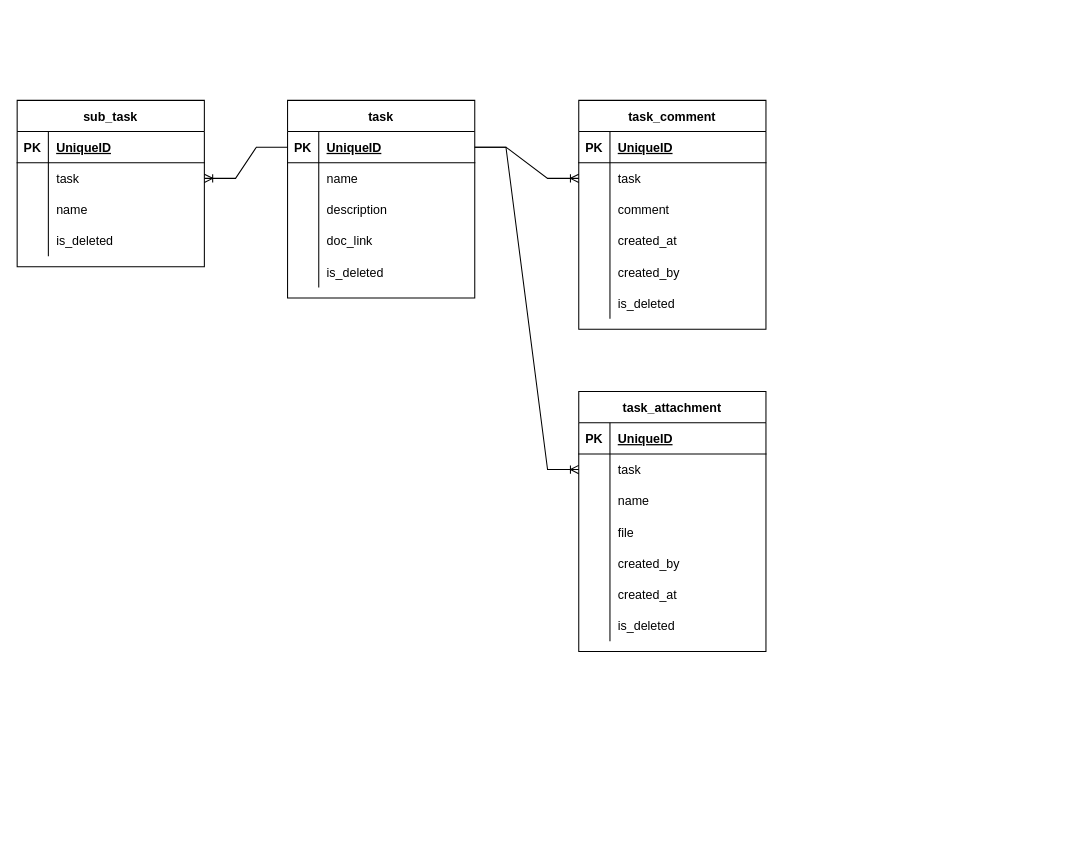
Earlier version of the draw.io diagram docs/ER.drawio (effective-solutions-xyz/daily-update). Source tidied: cells renumbered, new cells numbered last; positions are measured from the earlier drawing's top-left corner, leaving out a move shared by most shapes. Both pictures are drawn from the tidied source at 104%, with x=0, y=0 at pixel (17, 100).
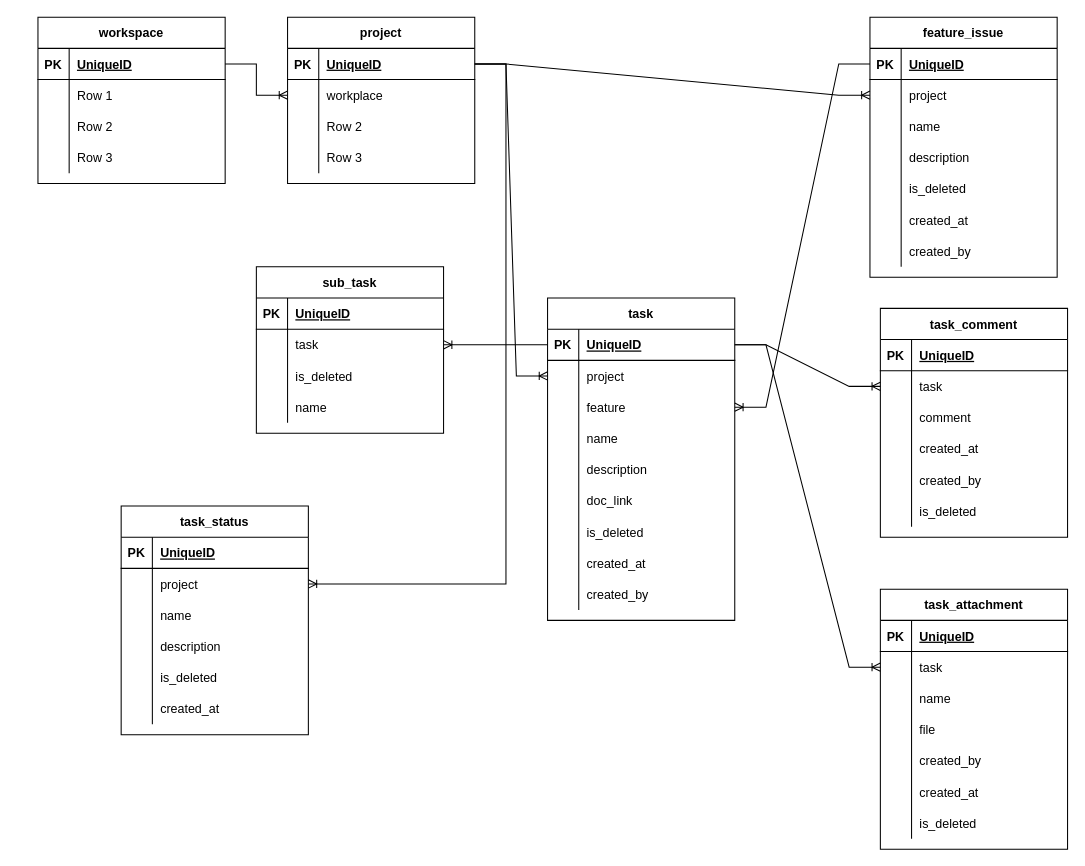
The same page after the edit.

The edit, as a diff of the source:
```diff
@@
     <mxCell id="2" value="task" style="shape=table;startSize=30;childLayout=tableLayout;rowLines=0;fontStyle=1;align=center;" parent="1" vertex="1">
-      <mxGeometry x="260" width="180" height="190" as="geometry" />
+      <mxGeometry x="510" y="190" width="180" height="310" as="geometry" />
     </mxCell>
@@
+    <mxCell id="75" style="shape=partialRectangle;fillColor=none;top=0;left=0;bottom=0;right=0;points=[[0,0.5],[1,0.5]];portConstraint=eastwest;" parent="2" vertex="1">
+      <mxGeometry y="60" width="180" height="30" as="geometry" />
+    </mxCell>
+    <mxCell id="76" style="shape=partialRectangle;fillColor=none;top=0;left=0;bottom=0;right=0;overflow=hidden;" parent="75" vertex="1">
+      <mxGeometry width="30" height="30" as="geometry" />
+    </mxCell>
+    <mxCell id="77" value="project" style="shape=partialRectangle;fillColor=none;top=0;left=0;bottom=0;right=0;align=left;spacingLeft=6;overflow=hidden;" parent="75" vertex="1">
+      <mxGeometry x="30" width="150" height="30" as="geometry" />
+    </mxCell>
+    <mxCell id="78" style="shape=partialRectangle;fillColor=none;top=0;left=0;bottom=0;right=0;points=[[0,0.5],[1,0.5]];portConstraint=eastwest;" parent="2" vertex="1">
+      <mxGeometry y="90" width="180" height="30" as="geometry" />
+    </mxCell>
+    <mxCell id="79" style="shape=partialRectangle;fillColor=none;top=0;left=0;bottom=0;right=0;overflow=hidden;" parent="78" vertex="1">
+      <mxGeometry width="30" height="30" as="geometry" />
+    </mxCell>
+    <mxCell id="80" value="feature" style="shape=partialRectangle;fillColor=none;top=0;left=0;bottom=0;right=0;align=left;spacingLeft=6;overflow=hidden;" parent="78" vertex="1">
+      <mxGeometry x="30" width="150" height="30" as="geometry" />
+    </mxCell>
     <mxCell id="6" style="shape=partialRectangle;fillColor=none;top=0;left=0;bottom=0;right=0;" parent="2" vertex="1">
-      <mxGeometry y="60" width="180" height="30" as="geometry" />
+      <mxGeometry y="120" width="180" height="30" as="geometry" />
     </mxCell>
@@
     <mxCell id="9" style="shape=partialRectangle;fillColor=none;top=0;left=0;bottom=0;right=0;" parent="2" vertex="1">
-      <mxGeometry y="90" width="180" height="30" as="geometry" />
+      <mxGeometry y="150" width="180" height="30" as="geometry" />
     </mxCell>
@@
     <mxCell id="12" style="shape=partialRectangle;fillColor=none;top=0;left=0;bottom=0;right=0;" parent="2" vertex="1">
-      <mxGeometry y="120" width="180" height="30" as="geometry" />
+      <mxGeometry y="180" width="180" height="30" as="geometry" />
     </mxCell>
@@
     <mxCell id="15" style="shape=partialRectangle;fillColor=none;top=0;left=0;bottom=0;right=0;" parent="2" vertex="1">
-      <mxGeometry y="150" width="180" height="30" as="geometry" />
+      <mxGeometry y="210" width="180" height="30" as="geometry" />
     </mxCell>
@@
+    <mxCell id="81" style="shape=partialRectangle;fillColor=none;top=0;left=0;bottom=0;right=0;" parent="2" vertex="1">
+      <mxGeometry y="240" width="180" height="30" as="geometry" />
+    </mxCell>
+    <mxCell id="82" style="shape=partialRectangle;fillColor=none;top=0;left=0;bottom=0;right=0;overflow=hidden;" parent="81" vertex="1">
+      <mxGeometry width="30" height="30" as="geometry" />
+    </mxCell>
+    <mxCell id="83" value="created_at" style="shape=partialRectangle;fillColor=none;top=0;left=0;bottom=0;right=0;align=left;spacingLeft=6;overflow=hidden;" parent="81" vertex="1">
+      <mxGeometry x="30" width="150" height="30" as="geometry" />
+    </mxCell>
+    <mxCell id="84" style="shape=partialRectangle;fillColor=none;top=0;left=0;bottom=0;right=0;" parent="2" vertex="1">
+      <mxGeometry y="270" width="180" height="30" as="geometry" />
+    </mxCell>
+    <mxCell id="85" style="shape=partialRectangle;fillColor=none;top=0;left=0;bottom=0;right=0;overflow=hidden;" parent="84" vertex="1">
+      <mxGeometry width="30" height="30" as="geometry" />
+    </mxCell>
+    <mxCell id="86" value="created_by" style="shape=partialRectangle;fillColor=none;top=0;left=0;bottom=0;right=0;align=left;spacingLeft=6;overflow=hidden;" parent="84" vertex="1">
+      <mxGeometry x="30" width="150" height="30" as="geometry" />
+    </mxCell>
     <mxCell id="18" value="sub_task" style="shape=table;startSize=30;childLayout=tableLayout;rowLines=0;fontStyle=1;align=center;" parent="1" vertex="1">
-      <mxGeometry width="180" height="160" as="geometry" />
+      <mxGeometry x="230" y="160" width="180" height="160" as="geometry" />
     </mxCell>
@@
+    <mxCell id="28" style="shape=partialRectangle;fillColor=none;top=0;left=0;bottom=0;right=0;" parent="18" vertex="1">
+      <mxGeometry y="90" width="180" height="30" as="geometry" />
+    </mxCell>
+    <mxCell id="29" style="shape=partialRectangle;fillColor=none;top=0;left=0;bottom=0;right=0;overflow=hidden;" parent="28" vertex="1">
+      <mxGeometry width="30" height="30" as="geometry" />
+    </mxCell>
+    <mxCell id="30" value="is_deleted" style="shape=partialRectangle;fillColor=none;top=0;left=0;bottom=0;right=0;align=left;spacingLeft=6;overflow=hidden;" parent="28" vertex="1">
+      <mxGeometry x="30" width="150" height="30" as="geometry" />
+    </mxCell>
     <mxCell id="25" style="shape=partialRectangle;fillColor=none;top=0;left=0;bottom=0;right=0;" parent="18" vertex="1">
-      <mxGeometry y="90" width="180" height="30" as="geometry" />
+      <mxGeometry y="120" width="180" height="30" as="geometry" />
     </mxCell>
@@
-    <mxCell id="28" style="shape=partialRectangle;fillColor=none;top=0;left=0;bottom=0;right=0;" parent="18" vertex="1">
-      <mxGeometry y="120" width="180" height="30" as="geometry" />
-    </mxCell>
-    <mxCell id="29" style="shape=partialRectangle;fillColor=none;top=0;left=0;bottom=0;right=0;overflow=hidden;" parent="28" vertex="1">
-      <mxGeometry width="30" height="30" as="geometry" />
-    </mxCell>
-    <mxCell id="30" value="is_deleted" style="shape=partialRectangle;fillColor=none;top=0;left=0;bottom=0;right=0;align=left;spacingLeft=6;overflow=hidden;" parent="28" vertex="1">
-      <mxGeometry x="30" width="150" height="30" as="geometry" />
-    </mxCell>
@@
     <mxCell id="32" value="task_comment" style="shape=table;startSize=30;childLayout=tableLayout;rowLines=0;fontStyle=1;align=center;" parent="1" vertex="1">
-      <mxGeometry x="540" width="180" height="220" as="geometry" />
+      <mxGeometry x="830" y="200" width="180" height="220" as="geometry" />
     </mxCell>
@@
     <mxCell id="52" value="task_attachment" style="shape=table;startSize=30;childLayout=tableLayout;rowLines=0;fontStyle=1;align=center;" parent="1" vertex="1">
-      <mxGeometry x="540" y="280" width="180" height="250" as="geometry" />
+      <mxGeometry x="830" y="470" width="180" height="250" as="geometry" />
     </mxCell>
@@
+    <mxCell id="87" value="feature_issue" style="shape=table;startSize=30;childLayout=tableLayout;rowLines=0;fontStyle=1;align=center;" parent="1" vertex="1">
+      <mxGeometry x="820" y="-80" width="180" height="250" as="geometry" />
+    </mxCell>
+    <mxCell id="88" style="shape=partialRectangle;fillColor=none;top=0;left=0;bottom=1;right=0;points=[[0,0.5],[1,0.5]];portConstraint=eastwest;" parent="87" vertex="1">
+      <mxGeometry y="30" width="180" height="30" as="geometry" />
+    </mxCell>
+    <mxCell id="89" value="PK" style="shape=partialRectangle;fillColor=none;top=0;left=0;bottom=0;right=0;fontStyle=1;overflow=hidden;" parent="88" vertex="1">
+      <mxGeometry width="30" height="30" as="geometry" />
+    </mxCell>
+    <mxCell id="90" value="UniqueID" style="shape=partialRectangle;fillColor=none;top=0;left=0;bottom=0;right=0;align=left;spacingLeft=6;fontStyle=5;overflow=hidden;" parent="88" vertex="1">
+      <mxGeometry x="30" width="150" height="30" as="geometry" />
+    </mxCell>
+    <mxCell id="91" style="shape=partialRectangle;fillColor=none;top=0;left=0;bottom=0;right=0;points=[[0,0.5],[1,0.5]];portConstraint=eastwest;" parent="87" vertex="1">
+      <mxGeometry y="60" width="180" height="30" as="geometry" />
+    </mxCell>
+    <mxCell id="92" style="shape=partialRectangle;fillColor=none;top=0;left=0;bottom=0;right=0;overflow=hidden;" parent="91" vertex="1">
+      <mxGeometry width="30" height="30" as="geometry" />
+    </mxCell>
+    <mxCell id="93" value="project" style="shape=partialRectangle;fillColor=none;top=0;left=0;bottom=0;right=0;align=left;spacingLeft=6;overflow=hidden;" parent="91" vertex="1">
+      <mxGeometry x="30" width="150" height="30" as="geometry" />
+    </mxCell>
+    <mxCell id="94" style="shape=partialRectangle;fillColor=none;top=0;left=0;bottom=0;right=0;" parent="87" vertex="1">
+      <mxGeometry y="90" width="180" height="30" as="geometry" />
+    </mxCell>
+    <mxCell id="95" style="shape=partialRectangle;fillColor=none;top=0;left=0;bottom=0;right=0;overflow=hidden;" parent="94" vertex="1">
+      <mxGeometry width="30" height="30" as="geometry" />
+    </mxCell>
+    <mxCell id="96" value="name" style="shape=partialRectangle;fillColor=none;top=0;left=0;bottom=0;right=0;align=left;spacingLeft=6;overflow=hidden;" parent="94" vertex="1">
+      <mxGeometry x="30" width="150" height="30" as="geometry" />
+    </mxCell>
+    <mxCell id="97" style="shape=partialRectangle;fillColor=none;top=0;left=0;bottom=0;right=0;" parent="87" vertex="1">
+      <mxGeometry y="120" width="180" height="30" as="geometry" />
+    </mxCell>
+    <mxCell id="98" style="shape=partialRectangle;fillColor=none;top=0;left=0;bottom=0;right=0;overflow=hidden;" parent="97" vertex="1">
+      <mxGeometry width="30" height="30" as="geometry" />
+    </mxCell>
+    <mxCell id="99" value="description" style="shape=partialRectangle;fillColor=none;top=0;left=0;bottom=0;right=0;align=left;spacingLeft=6;overflow=hidden;" parent="97" vertex="1">
+      <mxGeometry x="30" width="150" height="30" as="geometry" />
+    </mxCell>
+    <mxCell id="100" style="shape=partialRectangle;fillColor=none;top=0;left=0;bottom=0;right=0;" parent="87" vertex="1">
+      <mxGeometry y="150" width="180" height="30" as="geometry" />
+    </mxCell>
+    <mxCell id="101" style="shape=partialRectangle;fillColor=none;top=0;left=0;bottom=0;right=0;overflow=hidden;" parent="100" vertex="1">
+      <mxGeometry width="30" height="30" as="geometry" />
+    </mxCell>
+    <mxCell id="102" value="is_deleted" style="shape=partialRectangle;fillColor=none;top=0;left=0;bottom=0;right=0;align=left;spacingLeft=6;overflow=hidden;" parent="100" vertex="1">
+      <mxGeometry x="30" width="150" height="30" as="geometry" />
+    </mxCell>
+    <mxCell id="103" style="shape=partialRectangle;fillColor=none;top=0;left=0;bottom=0;right=0;" parent="87" vertex="1">
+      <mxGeometry y="180" width="180" height="30" as="geometry" />
+    </mxCell>
+    <mxCell id="104" style="shape=partialRectangle;fillColor=none;top=0;left=0;bottom=0;right=0;overflow=hidden;" parent="103" vertex="1">
+      <mxGeometry width="30" height="30" as="geometry" />
+    </mxCell>
+    <mxCell id="105" value="created_at" style="shape=partialRectangle;fillColor=none;top=0;left=0;bottom=0;right=0;align=left;spacingLeft=6;overflow=hidden;" parent="103" vertex="1">
+      <mxGeometry x="30" width="150" height="30" as="geometry" />
+    </mxCell>
+    <mxCell id="106" style="shape=partialRectangle;fillColor=none;top=0;left=0;bottom=0;right=0;" parent="87" vertex="1">
+      <mxGeometry y="210" width="180" height="30" as="geometry" />
+    </mxCell>
+    <mxCell id="107" style="shape=partialRectangle;fillColor=none;top=0;left=0;bottom=0;right=0;overflow=hidden;" parent="106" vertex="1">
+      <mxGeometry width="30" height="30" as="geometry" />
+    </mxCell>
+    <mxCell id="108" value="created_by" style="shape=partialRectangle;fillColor=none;top=0;left=0;bottom=0;right=0;align=left;spacingLeft=6;overflow=hidden;" parent="106" vertex="1">
+      <mxGeometry x="30" width="150" height="30" as="geometry" />
+    </mxCell>
+    <mxCell id="109" style="edgeStyle=entityRelationEdgeStyle;fontSize=12;html=1;endArrow=ERoneToMany;rounded=0;" parent="1" edge="1" source="88" target="78">
+      <mxGeometry relative="1" as="geometry" />
+    </mxCell>
+    <mxCell id="110" value="task_status" style="shape=table;startSize=30;childLayout=tableLayout;rowLines=0;fontStyle=1;align=center;" parent="1" vertex="1">
+      <mxGeometry x="100" y="390" width="180" height="220" as="geometry" />
+    </mxCell>
+    <mxCell id="111" style="shape=partialRectangle;fillColor=none;top=0;left=0;bottom=1;right=0;" parent="110" vertex="1">
+      <mxGeometry y="30" width="180" height="30" as="geometry" />
+    </mxCell>
+    <mxCell id="112" value="PK" style="shape=partialRectangle;fillColor=none;top=0;left=0;bottom=0;right=0;fontStyle=1;overflow=hidden;" parent="111" vertex="1">
+      <mxGeometry width="30" height="30" as="geometry" />
+    </mxCell>
+    <mxCell id="113" value="UniqueID" style="shape=partialRectangle;fillColor=none;top=0;left=0;bottom=0;right=0;align=left;spacingLeft=6;fontStyle=5;overflow=hidden;" parent="111" vertex="1">
+      <mxGeometry x="30" width="150" height="30" as="geometry" />
+    </mxCell>
+    <mxCell id="114" style="shape=partialRectangle;fillColor=none;top=0;left=0;bottom=0;right=0;points=[[0,0.5],[1,0.5]];portConstraint=eastwest;" parent="110" vertex="1">
+      <mxGeometry y="60" width="180" height="30" as="geometry" />
+    </mxCell>
+    <mxCell id="115" style="shape=partialRectangle;fillColor=none;top=0;left=0;bottom=0;right=0;overflow=hidden;" parent="114" vertex="1">
+      <mxGeometry width="30" height="30" as="geometry" />
+    </mxCell>
+    <mxCell id="116" value="project" style="shape=partialRectangle;fillColor=none;top=0;left=0;bottom=0;right=0;align=left;spacingLeft=6;overflow=hidden;" parent="114" vertex="1">
+      <mxGeometry x="30" width="150" height="30" as="geometry" />
+    </mxCell>
+    <mxCell id="117" style="shape=partialRectangle;fillColor=none;top=0;left=0;bottom=0;right=0;" parent="110" vertex="1">
+      <mxGeometry y="90" width="180" height="30" as="geometry" />
+    </mxCell>
+    <mxCell id="118" style="shape=partialRectangle;fillColor=none;top=0;left=0;bottom=0;right=0;overflow=hidden;" parent="117" vertex="1">
+      <mxGeometry width="30" height="30" as="geometry" />
+    </mxCell>
+    <mxCell id="119" value="name    " style="shape=partialRectangle;fillColor=none;top=0;left=0;bottom=0;right=0;align=left;spacingLeft=6;overflow=hidden;" parent="117" vertex="1">
+      <mxGeometry x="30" width="150" height="30" as="geometry" />
+    </mxCell>
+    <mxCell id="120" style="shape=partialRectangle;fillColor=none;top=0;left=0;bottom=0;right=0;" parent="110" vertex="1">
+      <mxGeometry y="120" width="180" height="30" as="geometry" />
+    </mxCell>
+    <mxCell id="121" style="shape=partialRectangle;fillColor=none;top=0;left=0;bottom=0;right=0;overflow=hidden;" parent="120" vertex="1">
+      <mxGeometry width="30" height="30" as="geometry" />
+    </mxCell>
+    <mxCell id="122" value="description" style="shape=partialRectangle;fillColor=none;top=0;left=0;bottom=0;right=0;align=left;spacingLeft=6;overflow=hidden;" parent="120" vertex="1">
+      <mxGeometry x="30" width="150" height="30" as="geometry" />
+    </mxCell>
+    <mxCell id="123" style="shape=partialRectangle;fillColor=none;top=0;left=0;bottom=0;right=0;" parent="110" vertex="1">
+      <mxGeometry y="150" width="180" height="30" as="geometry" />
+    </mxCell>
+    <mxCell id="124" style="shape=partialRectangle;fillColor=none;top=0;left=0;bottom=0;right=0;overflow=hidden;" parent="123" vertex="1">
+      <mxGeometry width="30" height="30" as="geometry" />
+    </mxCell>
+    <mxCell id="125" value="is_deleted" style="shape=partialRectangle;fillColor=none;top=0;left=0;bottom=0;right=0;align=left;spacingLeft=6;overflow=hidden;" parent="123" vertex="1">
+      <mxGeometry x="30" width="150" height="30" as="geometry" />
+    </mxCell>
+    <mxCell id="126" style="shape=partialRectangle;fillColor=none;top=0;left=0;bottom=0;right=0;" parent="110" vertex="1">
+      <mxGeometry y="180" width="180" height="30" as="geometry" />
+    </mxCell>
+    <mxCell id="127" style="shape=partialRectangle;fillColor=none;top=0;left=0;bottom=0;right=0;overflow=hidden;" parent="126" vertex="1">
+      <mxGeometry width="30" height="30" as="geometry" />
+    </mxCell>
+    <mxCell id="128" value="created_at" style="shape=partialRectangle;fillColor=none;top=0;left=0;bottom=0;right=0;align=left;spacingLeft=6;overflow=hidden;" parent="126" vertex="1">
+      <mxGeometry x="30" width="150" height="30" as="geometry" />
+    </mxCell>
+    <mxCell id="129" value="workspace" style="shape=table;startSize=30;childLayout=tableLayout;rowLines=0;fontStyle=1;align=center;" parent="1" vertex="1">
+      <mxGeometry x="20" y="-80" width="180" height="160" as="geometry" />
+    </mxCell>
+    <mxCell id="130" style="shape=partialRectangle;fillColor=none;top=0;left=0;bottom=1;right=0;points=[[0,0.5],[1,0.5]];portConstraint=eastwest;" parent="129" vertex="1">
+      <mxGeometry y="30" width="180" height="30" as="geometry" />
+    </mxCell>
+    <mxCell id="131" value="PK" style="shape=partialRectangle;fillColor=none;top=0;left=0;bottom=0;right=0;fontStyle=1;overflow=hidden;" parent="130" vertex="1">
+      <mxGeometry width="30" height="30" as="geometry" />
+    </mxCell>
+    <mxCell id="132" value="UniqueID" style="shape=partialRectangle;fillColor=none;top=0;left=0;bottom=0;right=0;align=left;spacingLeft=6;fontStyle=5;overflow=hidden;" parent="130" vertex="1">
+      <mxGeometry x="30" width="150" height="30" as="geometry" />
+    </mxCell>
+    <mxCell id="133" style="shape=partialRectangle;fillColor=none;top=0;left=0;bottom=0;right=0;" parent="129" vertex="1">
+      <mxGeometry y="60" width="180" height="30" as="geometry" />
+    </mxCell>
+    <mxCell id="134" style="shape=partialRectangle;fillColor=none;top=0;left=0;bottom=0;right=0;overflow=hidden;" parent="133" vertex="1">
+      <mxGeometry width="30" height="30" as="geometry" />
+    </mxCell>
+    <mxCell id="135" value="Row 1" style="shape=partialRectangle;fillColor=none;top=0;left=0;bottom=0;right=0;align=left;spacingLeft=6;overflow=hidden;" parent="133" vertex="1">
+      <mxGeometry x="30" width="150" height="30" as="geometry" />
+    </mxCell>
+    <mxCell id="136" style="shape=partialRectangle;fillColor=none;top=0;left=0;bottom=0;right=0;" parent="129" vertex="1">
+      <mxGeometry y="90" width="180" height="30" as="geometry" />
+    </mxCell>
+    <mxCell id="137" style="shape=partialRectangle;fillColor=none;top=0;left=0;bottom=0;right=0;overflow=hidden;" parent="136" vertex="1">
+      <mxGeometry width="30" height="30" as="geometry" />
+    </mxCell>
+    <mxCell id="138" value="Row 2" style="shape=partialRectangle;fillColor=none;top=0;left=0;bottom=0;right=0;align=left;spacingLeft=6;overflow=hidden;" parent="136" vertex="1">
+      <mxGeometry x="30" width="150" height="30" as="geometry" />
+    </mxCell>
+    <mxCell id="139" style="shape=partialRectangle;fillColor=none;top=0;left=0;bottom=0;right=0;" parent="129" vertex="1">
+      <mxGeometry y="120" width="180" height="30" as="geometry" />
+    </mxCell>
+    <mxCell id="140" style="shape=partialRectangle;fillColor=none;top=0;left=0;bottom=0;right=0;overflow=hidden;" parent="139" vertex="1">
+      <mxGeometry width="30" height="30" as="geometry" />
+    </mxCell>
+    <mxCell id="141" value="Row 3" style="shape=partialRectangle;fillColor=none;top=0;left=0;bottom=0;right=0;align=left;spacingLeft=6;overflow=hidden;" parent="139" vertex="1">
+      <mxGeometry x="30" width="150" height="30" as="geometry" />
+    </mxCell>
+    <mxCell id="142" value="project" style="shape=table;startSize=30;childLayout=tableLayout;rowLines=0;fontStyle=1;align=center;" parent="1" vertex="1">
+      <mxGeometry x="260" y="-80" width="180" height="160" as="geometry" />
+    </mxCell>
+    <mxCell id="143" style="shape=partialRectangle;fillColor=none;top=0;left=0;bottom=1;right=0;points=[[0,0.5],[1,0.5]];portConstraint=eastwest;" parent="142" vertex="1">
+      <mxGeometry y="30" width="180" height="30" as="geometry" />
+    </mxCell>
+    <mxCell id="144" value="PK" style="shape=partialRectangle;fillColor=none;top=0;left=0;bottom=0;right=0;fontStyle=1;overflow=hidden;" parent="143" vertex="1">
+      <mxGeometry width="30" height="30" as="geometry" />
+    </mxCell>
+    <mxCell id="145" value="UniqueID" style="shape=partialRectangle;fillColor=none;top=0;left=0;bottom=0;right=0;align=left;spacingLeft=6;fontStyle=5;overflow=hidden;" parent="143" vertex="1">
+      <mxGeometry x="30" width="150" height="30" as="geometry" />
+    </mxCell>
+    <mxCell id="146" style="shape=partialRectangle;fillColor=none;top=0;left=0;bottom=0;right=0;points=[[0,0.5],[1,0.5]];portConstraint=eastwest;" parent="142" vertex="1">
+      <mxGeometry y="60" width="180" height="30" as="geometry" />
+    </mxCell>
+    <mxCell id="147" style="shape=partialRectangle;fillColor=none;top=0;left=0;bottom=0;right=0;overflow=hidden;" parent="146" vertex="1">
+      <mxGeometry width="30" height="30" as="geometry" />
+    </mxCell>
+    <mxCell id="148" value="workplace" style="shape=partialRectangle;fillColor=none;top=0;left=0;bottom=0;right=0;align=left;spacingLeft=6;overflow=hidden;" parent="146" vertex="1">
+      <mxGeometry x="30" width="150" height="30" as="geometry" />
+    </mxCell>
+    <mxCell id="149" style="shape=partialRectangle;fillColor=none;top=0;left=0;bottom=0;right=0;" parent="142" vertex="1">
+      <mxGeometry y="90" width="180" height="30" as="geometry" />
+    </mxCell>
+    <mxCell id="150" style="shape=partialRectangle;fillColor=none;top=0;left=0;bottom=0;right=0;overflow=hidden;" parent="149" vertex="1">
+      <mxGeometry width="30" height="30" as="geometry" />
+    </mxCell>
+    <mxCell id="151" value="Row 2" style="shape=partialRectangle;fillColor=none;top=0;left=0;bottom=0;right=0;align=left;spacingLeft=6;overflow=hidden;" parent="149" vertex="1">
+      <mxGeometry x="30" width="150" height="30" as="geometry" />
+    </mxCell>
+    <mxCell id="152" style="shape=partialRectangle;fillColor=none;top=0;left=0;bottom=0;right=0;" parent="142" vertex="1">
+      <mxGeometry y="120" width="180" height="30" as="geometry" />
+    </mxCell>
+    <mxCell id="153" style="shape=partialRectangle;fillColor=none;top=0;left=0;bottom=0;right=0;overflow=hidden;" parent="152" vertex="1">
+      <mxGeometry width="30" height="30" as="geometry" />
+    </mxCell>
+    <mxCell id="154" value="Row 3" style="shape=partialRectangle;fillColor=none;top=0;left=0;bottom=0;right=0;align=left;spacingLeft=6;overflow=hidden;" parent="152" vertex="1">
+      <mxGeometry x="30" width="150" height="30" as="geometry" />
+    </mxCell>
+    <mxCell id="155" style="edgeStyle=entityRelationEdgeStyle;fontSize=12;html=1;endArrow=ERoneToMany;rounded=0;" parent="1" edge="1" source="143" target="75">
+      <mxGeometry relative="1" as="geometry" />
+    </mxCell>
+    <mxCell id="156" style="edgeStyle=entityRelationEdgeStyle;fontSize=12;html=1;endArrow=ERoneToMany;rounded=0;" parent="1" edge="1" source="143" target="91">
+      <mxGeometry relative="1" as="geometry" />
+    </mxCell>
+    <mxCell id="157" style="edgeStyle=entityRelationEdgeStyle;fontSize=12;html=1;endArrow=ERoneToMany;rounded=0;" parent="1" edge="1" source="130" target="146">
+      <mxGeometry relative="1" as="geometry" />
+    </mxCell>
+    <mxCell id="158" style="edgeStyle=entityRelationEdgeStyle;fontSize=12;html=1;endArrow=ERoneToMany;rounded=0;" parent="1" edge="1" source="143" target="114">
+      <mxGeometry relative="1" as="geometry" />
+    </mxCell>
```
